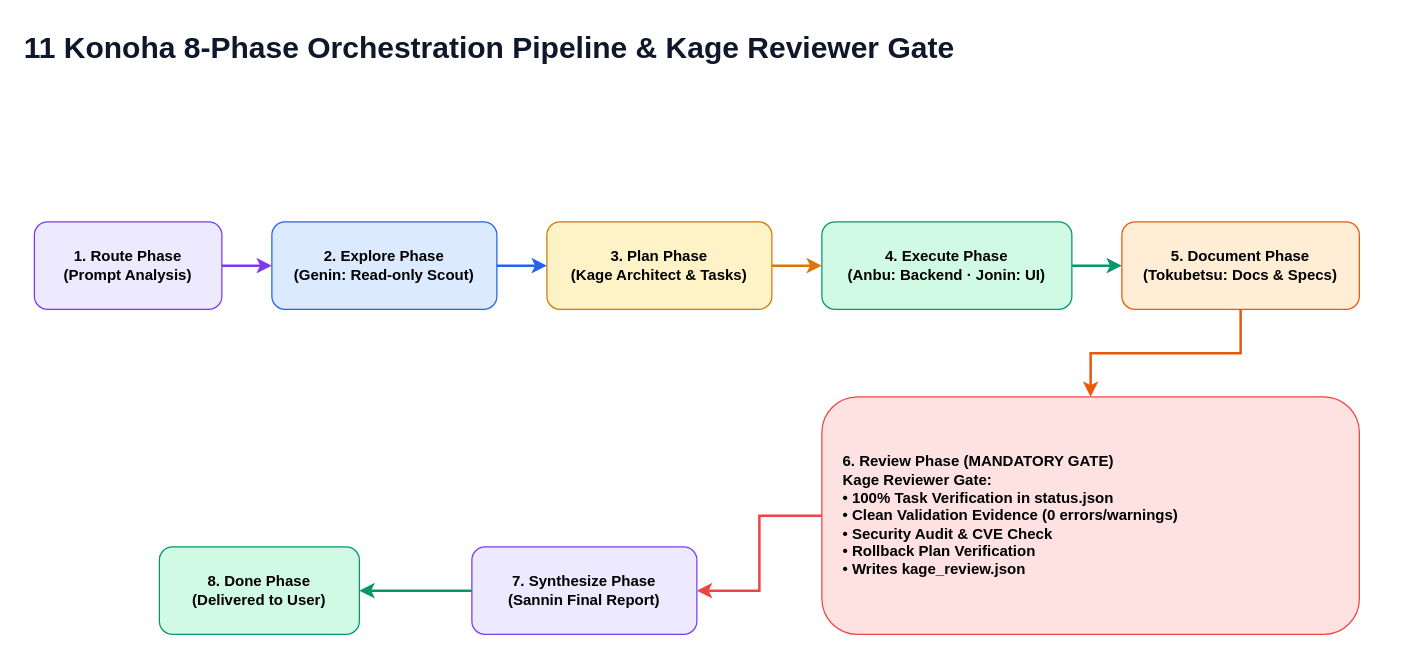
The draw.io diagram page "11 Kage Pre-Delivery Reviewer Workflow Gate" (11 of 11) of docs/diagrams/konoha-architecture.drawio in andycungkrinx91/konoha, before the edit. Source tidied: cells renumbered, new cells numbered last; positions are measured from the earlier drawing's top-left corner, leaving out a move shared by most shapes. Both pictures are drawn from the tidied source at 125%, with x=0, y=0 at pixel (21, 21).
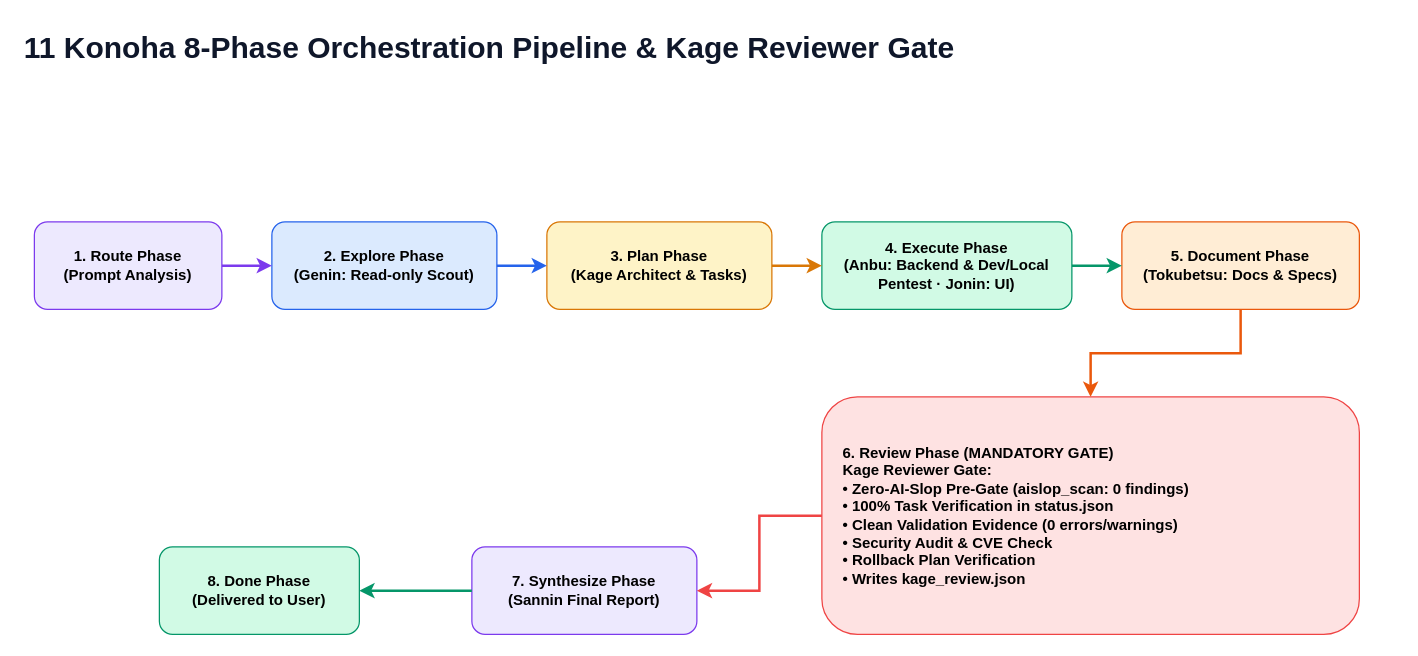
Above is the later version.

Change to the diagram source:
```diff
@@
 <mxGraphModel>
   <root>
     <mxCell id="0" />
     <mxCell id="1" parent="0" />
     <mxCell id="2" value="11 Konoha 8-Phase Orchestration Pipeline &amp; Kage Reviewer Gate" style="text;html=1;strokeColor=none;fillColor=none;fontColor=#0f172a;fontSize=24;fontStyle=1;align=left;" parent="1" vertex="1">
       <mxGeometry width="1100" height="40" as="geometry" />
     </mxCell>
     <mxCell id="3" value="1. Route Phase&#10;(Prompt Analysis)" style="rounded=1;html=1;whiteSpace=wrap;fillColor=#ede9fe;strokeColor=#7c3aed;fontStyle=1;align=center;" parent="1" vertex="1">
       <mxGeometry x="10" y="160" width="150" height="70" as="geometry" />
     </mxCell>
     <mxCell id="4" value="2. Explore Phase&#10;(Genin: Read-only Scout)" style="rounded=1;html=1;whiteSpace=wrap;fillColor=#dbeafe;strokeColor=#2563eb;fontStyle=1;align=center;" parent="1" vertex="1">
       <mxGeometry x="200" y="160" width="180" height="70" as="geometry" />
     </mxCell>
     <mxCell id="5" value="3. Plan Phase&#10;(Kage Architect &amp; Tasks)" style="rounded=1;html=1;whiteSpace=wrap;fillColor=#fef3c7;strokeColor=#d97706;fontStyle=1;align=center;" parent="1" vertex="1">
       <mxGeometry x="420" y="160" width="180" height="70" as="geometry" />
     </mxCell>
-    <mxCell id="6" value="4. Execute Phase&#10;(Anbu: Backend · Jonin: UI)" style="rounded=1;html=1;whiteSpace=wrap;fillColor=#d1fae5;strokeColor=#059669;fontStyle=1;align=center;" parent="1" vertex="1">
+    <mxCell id="6" value="4. Execute Phase&#10;(Anbu: Backend &amp; Dev/Local Pentest · Jonin: UI)" style="rounded=1;html=1;whiteSpace=wrap;fillColor=#d1fae5;strokeColor=#059669;fontStyle=1;align=center;" parent="1" vertex="1">
       <mxGeometry x="640" y="160" width="200" height="70" as="geometry" />
     </mxCell>
     <mxCell id="7" value="5. Document Phase&#10;(Tokubetsu: Docs &amp; Specs)" style="rounded=1;html=1;whiteSpace=wrap;fillColor=#ffedd5;strokeColor=#ea580c;fontStyle=1;align=center;" parent="1" vertex="1">
       <mxGeometry x="880" y="160" width="190" height="70" as="geometry" />
     </mxCell>
-    <mxCell id="8" value="6. Review Phase (MANDATORY GATE)&#10;Kage Reviewer Gate:&#10;• 100% Task Verification in status.json&#10;• Clean Validation Evidence (0 errors/warnings)&#10;• Security Audit &amp; CVE Check&#10;• Rollback Plan Verification&#10;• Writes kage_review.json" style="rounded=1;html=1;whiteSpace=wrap;fillColor=#fee2e2;strokeColor=#ef4444;fontStyle=1;align=left;spacingLeft=15;" parent="1" vertex="1">
+    <mxCell id="8" value="6. Review Phase (MANDATORY GATE)&#10;Kage Reviewer Gate:&#10;• Zero-AI-Slop Pre-Gate (aislop_scan: 0 findings)&#10;• 100% Task Verification in status.json&#10;• Clean Validation Evidence (0 errors/warnings)&#10;• Security Audit &amp; CVE Check&#10;• Rollback Plan Verification&#10;• Writes kage_review.json" style="rounded=1;html=1;whiteSpace=wrap;fillColor=#fee2e2;strokeColor=#ef4444;fontStyle=1;align=left;spacingLeft=15;" parent="1" vertex="1">
       <mxGeometry x="640" y="300" width="430" height="190" as="geometry" />
     </mxCell>
     <mxCell id="9" value="7. Synthesize Phase&#10;(Sannin Final Report)" style="rounded=1;html=1;whiteSpace=wrap;fillColor=#ede9fe;strokeColor=#7c3aed;fontStyle=1;align=center;" parent="1" vertex="1">
       <mxGeometry x="360" y="420" width="180" height="70" as="geometry" />
     </mxCell>
     <mxCell id="10" value="8. Done Phase&#10;(Delivered to User)" style="rounded=1;html=1;whiteSpace=wrap;fillColor=#d1fae5;strokeColor=#059669;fontStyle=1;align=center;" parent="1" vertex="1">
       <mxGeometry x="110" y="420" width="160" height="70" as="geometry" />
     </mxCell>
     <mxCell id="11" style="edgeStyle=orthogonalEdgeStyle;rounded=0;html=1;strokeColor=#7c3aed;strokeWidth=2;" parent="1" edge="1" source="3" target="4">
       <mxGeometry relative="1" as="geometry" />
     </mxCell>
     <mxCell id="12" style="edgeStyle=orthogonalEdgeStyle;rounded=0;html=1;strokeColor=#2563eb;strokeWidth=2;" parent="1" edge="1" source="4" target="5">
       <mxGeometry relative="1" as="geometry" />
     </mxCell>
     <mxCell id="13" style="edgeStyle=orthogonalEdgeStyle;rounded=0;html=1;strokeColor=#d97706;strokeWidth=2;" parent="1" edge="1" source="5" target="6">
       <mxGeometry relative="1" as="geometry" />
     </mxCell>
     <mxCell id="14" style="edgeStyle=orthogonalEdgeStyle;rounded=0;html=1;strokeColor=#059669;strokeWidth=2;" parent="1" edge="1" source="6" target="7">
       <mxGeometry relative="1" as="geometry" />
     </mxCell>
     <mxCell id="15" style="edgeStyle=orthogonalEdgeStyle;rounded=0;html=1;strokeColor=#ea580c;strokeWidth=2;" parent="1" edge="1" source="7" target="8">
       <mxGeometry relative="1" as="geometry" />
     </mxCell>
     <mxCell id="16" style="edgeStyle=orthogonalEdgeStyle;rounded=0;html=1;strokeColor=#ef4444;strokeWidth=2;" parent="1" edge="1" source="8" target="9">
       <mxGeometry relative="1" as="geometry" />
     </mxCell>
     <mxCell id="17" style="edgeStyle=orthogonalEdgeStyle;rounded=0;html=1;strokeColor=#059669;strokeWidth=2;" parent="1" edge="1" source="9" target="10">
       <mxGeometry relative="1" as="geometry" />
     </mxCell>
   </root>
 </mxGraphModel>
```
